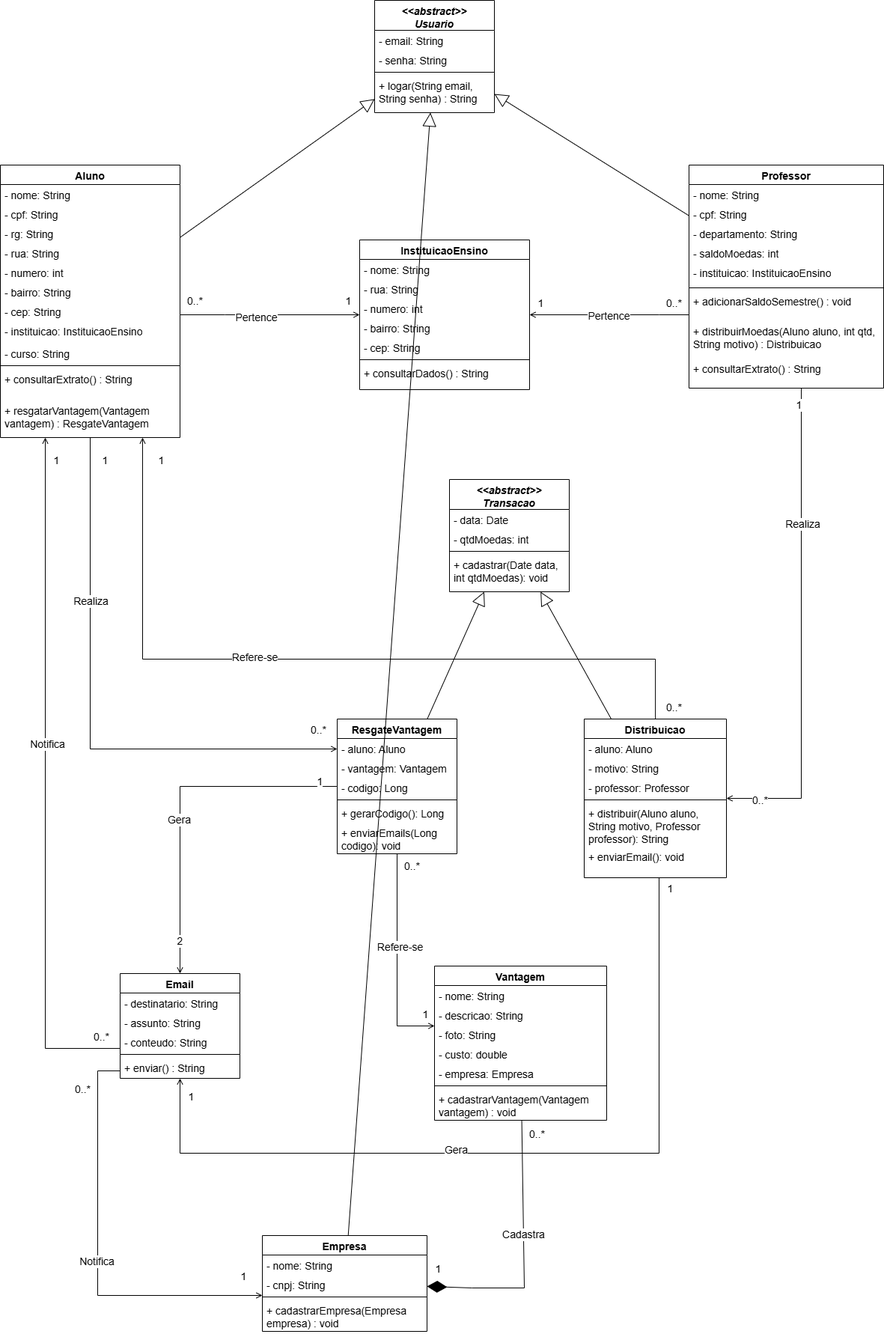
Before: project/Diagramas/Diagrama de classes/DiagramaDeClasses.png, a diagram exported from draw.io (thais-reiss/Lab3-Sistema-de-moeda-estudantil). Source tidied: cells renumbered, new cells last; positions are measured from the earlier drawing's top-left corner, leaving out a move shared by most shapes.
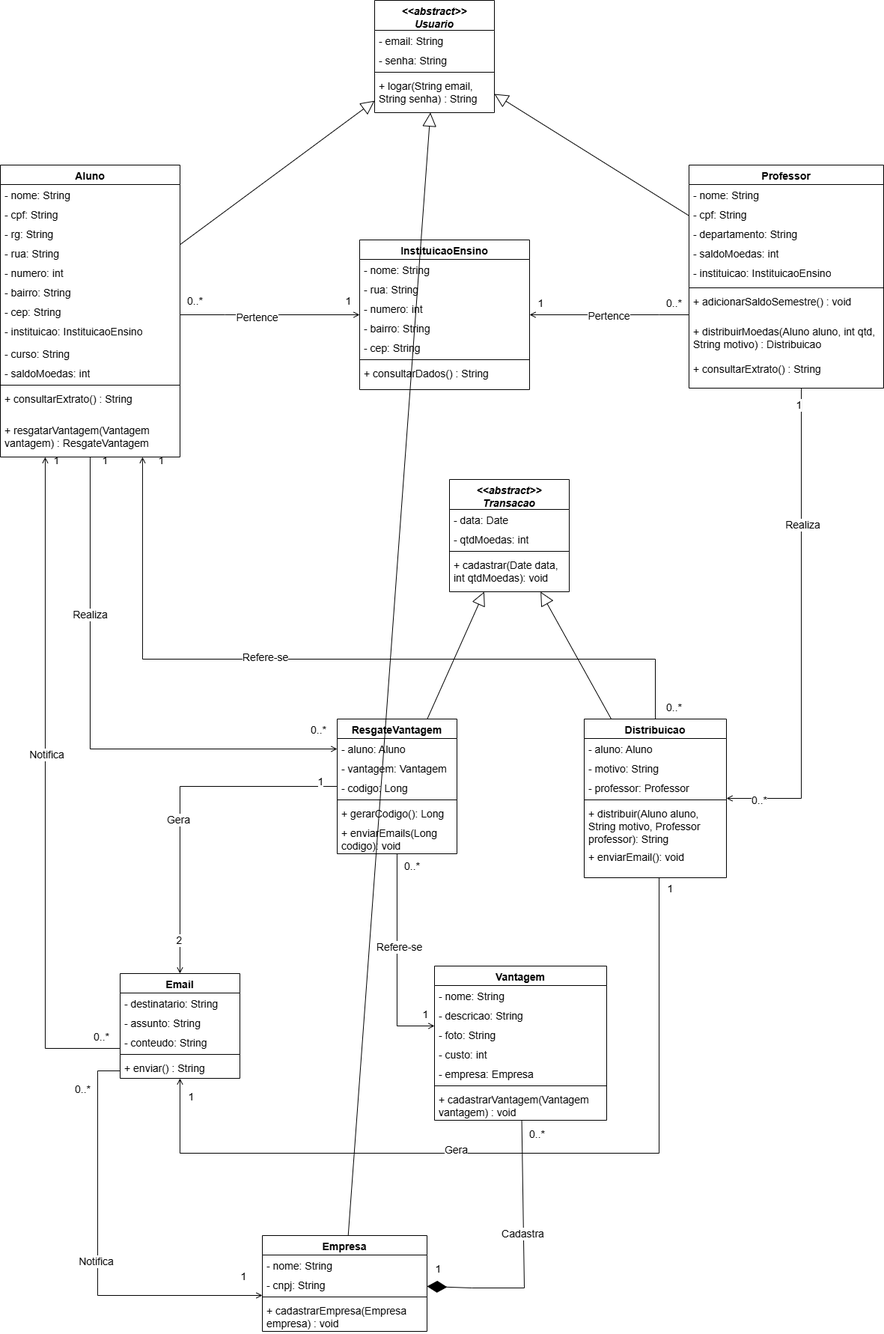
Later version of the same file.

Commit message:
Correção diagrama de classes

Change to the diagram source:
```diff
@@ -26,7 +26,7 @@
       <mxGeometry x="-0.41" relative="1" as="geometry" />
     </mxCell>
     <mxCell id="6" value="Aluno" style="swimlane;fontStyle=1;align=center;verticalAlign=top;horizontal=1;startSize=26;whiteSpace=wrap;html=1;fontSize=14;" parent="1" vertex="1">
-      <mxGeometry y="220" width="240" height="364" as="geometry" />
+      <mxGeometry y="220" width="240" height="390" as="geometry" />
     </mxCell>
     <mxCell id="7" value="- nome: String" style="text;strokeColor=none;fillColor=none;align=left;verticalAlign=top;spacingLeft=4;spacingRight=4;overflow=hidden;whiteSpace=wrap;html=1;fontSize=14;" parent="6" vertex="1">
       <mxGeometry y="26" width="240" height="26" as="geometry" />
@@ -55,14 +55,17 @@
     <mxCell id="15" value="- curso: String" style="text;strokeColor=none;fillColor=none;align=left;verticalAlign=top;spacingLeft=4;spacingRight=4;overflow=hidden;whiteSpace=wrap;html=1;fontSize=14;" parent="6" vertex="1">
       <mxGeometry y="238" width="240" height="26" as="geometry" />
     </mxCell>
+    <mxCell id="124" value="- saldoMoedas: int" style="text;strokeColor=none;fillColor=none;align=left;verticalAlign=top;spacingLeft=4;spacingRight=4;overflow=hidden;whiteSpace=wrap;html=1;fontSize=14;" parent="6" vertex="1">
+      <mxGeometry y="264" width="240" height="26" as="geometry" />
+    </mxCell>
     <mxCell id="16" style="line;strokeWidth=1;fillColor=none;align=left;verticalAlign=middle;spacingTop=-1;spacingLeft=3;spacingRight=3;labelPosition=right;strokeColor=inherit;fontSize=14;" parent="6" vertex="1">
-      <mxGeometry y="264" width="240" height="8" as="geometry" />
+      <mxGeometry y="290" width="240" height="8" as="geometry" />
     </mxCell>
     <mxCell id="17" value="+ consultarExtrato() : String" style="text;strokeColor=none;fillColor=none;align=left;verticalAlign=top;spacingLeft=4;spacingRight=4;overflow=hidden;whiteSpace=wrap;html=1;fontSize=14;" parent="6" vertex="1">
-      <mxGeometry y="272" width="240" height="42" as="geometry" />
+      <mxGeometry y="298" width="240" height="42" as="geometry" />
     </mxCell>
     <mxCell id="18" value="+ resgatarVantagem(Vantagem vantagem) : ResgateVantagem" style="text;strokeColor=none;fillColor=none;align=left;verticalAlign=top;spacingLeft=4;spacingRight=4;overflow=hidden;whiteSpace=wrap;html=1;fontSize=14;" parent="6" vertex="1">
-      <mxGeometry y="314" width="240" height="50" as="geometry" />
+      <mxGeometry y="340" width="240" height="50" as="geometry" />
     </mxCell>
     <mxCell id="19" value="InstituicaoEnsino" style="swimlane;fontStyle=1;align=center;verticalAlign=top;horizontal=1;startSize=26;whiteSpace=wrap;html=1;fontSize=14;" parent="1" vertex="1">
       <mxGeometry x="480" y="320" width="227" height="200" as="geometry" />
@@ -290,7 +293,7 @@
     <mxCell id="85" value="- foto: String" style="text;strokeColor=none;fillColor=none;align=left;verticalAlign=top;spacingLeft=4;spacingRight=4;overflow=hidden;whiteSpace=wrap;html=1;fontSize=14;" parent="82" vertex="1">
       <mxGeometry y="78" width="230" height="26" as="geometry" />
     </mxCell>
-    <mxCell id="86" value="- custo: double" style="text;strokeColor=none;fillColor=none;align=left;verticalAlign=top;spacingLeft=4;spacingRight=4;overflow=hidden;whiteSpace=wrap;html=1;fontSize=14;" parent="82" vertex="1">
+    <mxCell id="86" value="- custo: int" style="text;strokeColor=none;fillColor=none;align=left;verticalAlign=top;spacingLeft=4;spacingRight=4;overflow=hidden;whiteSpace=wrap;html=1;fontSize=14;" parent="82" vertex="1">
       <mxGeometry y="104" width="230" height="26" as="geometry" />
     </mxCell>
     <mxCell id="87" value="- empresa: Empresa" style="text;strokeColor=none;fillColor=none;align=left;verticalAlign=top;spacingLeft=4;spacingRight=4;overflow=hidden;whiteSpace=wrap;html=1;fontSize=14;" parent="82" vertex="1">
```
